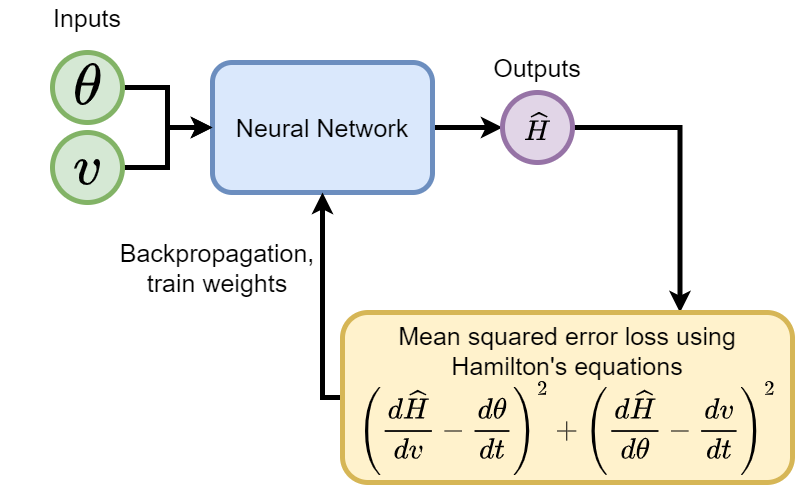
Above: neuralnetwork_unsupervised.png in zykhoo/IT5006 (draw.io), before the change. Source tidied: cells renumbered, new cells last; positions are measured from the earlier drawing's top-left corner, leaving out a move shared by most shapes. Its diagram source:
```xml
<mxGraphModel math="1">
  <root>
    <mxCell id="0" />
    <mxCell id="1" parent="0" />
    <mxCell id="2" style="edgeStyle=orthogonalEdgeStyle;rounded=0;jettySize=auto;html=1;exitX=1;exitY=0.5;exitDx=0;exitDy=0;strokeWidth=5;" parent="1" edge="1" source="3" target="9">
      <mxGeometry relative="1" as="geometry" />
    </mxCell>
    <mxCell id="3" value="Neural Network" style="rounded=1;whiteSpace=wrap;html=1;fontSize=25;fillColor=#dae8fc;strokeColor=#6c8ebf;strokeWidth=5;" parent="1" vertex="1">
      <mxGeometry x="210" y="60" width="220" height="130" as="geometry" />
    </mxCell>
    <mxCell id="4" style="edgeStyle=orthogonalEdgeStyle;rounded=0;jettySize=auto;html=1;exitX=1;exitY=0.5;exitDx=0;exitDy=0;entryX=0;entryY=0.5;entryDx=0;entryDy=0;strokeWidth=5;" parent="1" edge="1" source="5" target="3">
      <mxGeometry relative="1" as="geometry" />
    </mxCell>
    <mxCell id="5" value="`\theta`" style="ellipse;whiteSpace=wrap;html=1;fontSize=50;fillColor=#d5e8d4;strokeColor=#82b366;strokeWidth=5;" parent="1" vertex="1">
      <mxGeometry x="50" y="50" width="70" height="70" as="geometry" />
    </mxCell>
    <mxCell id="6" style="edgeStyle=orthogonalEdgeStyle;rounded=0;jettySize=auto;html=1;exitX=1;exitY=0.5;exitDx=0;exitDy=0;entryX=0;entryY=0.5;entryDx=0;entryDy=0;strokeWidth=5;" parent="1" edge="1" source="7" target="3">
      <mxGeometry relative="1" as="geometry" />
    </mxCell>
    <mxCell id="7" value="`v`" style="ellipse;whiteSpace=wrap;html=1;fontSize=50;fillColor=#d5e8d4;strokeColor=#82b366;strokeWidth=5;" parent="1" vertex="1">
      <mxGeometry x="50" y="130" width="70" height="70" as="geometry" />
    </mxCell>
    <mxCell id="8" style="edgeStyle=orthogonalEdgeStyle;rounded=0;jettySize=auto;html=1;exitX=1;exitY=0.5;exitDx=0;exitDy=0;entryX=0.75;entryY=0;entryDx=0;entryDy=0;strokeWidth=5;" parent="1" edge="1" source="9" target="11">
      <mxGeometry relative="1" as="geometry" />
    </mxCell>
    <mxCell id="9" value="`\hat{H}`" style="ellipse;whiteSpace=wrap;html=1;fontSize=25;fillColor=#e1d5e7;strokeColor=#9673a6;strokeWidth=5;" parent="1" vertex="1">
      <mxGeometry x="500" y="90" width="70" height="70" as="geometry" />
    </mxCell>
    <mxCell id="10" style="edgeStyle=orthogonalEdgeStyle;rounded=0;jettySize=auto;html=1;exitX=0;exitY=0.5;exitDx=0;exitDy=0;entryX=0.5;entryY=1;entryDx=0;entryDy=0;strokeWidth=5;" parent="1" edge="1" source="11" target="3">
      <mxGeometry relative="1" as="geometry" />
    </mxCell>
    <mxCell id="11" value="&lt;font style=&quot;font-size: 25px;&quot;&gt;Mean squared error loss using Hamilton's equations `\left( \frac{d\hat{&lt;br&gt;H}}{dv} - \frac{d&lt;br style=&quot;border-color: var(--border-color);&quot;&gt;\theta}{dt}\right)^2+\left( \frac{d\hat{&lt;br style=&quot;border-color: var(--border-color);&quot;&gt;H}}{d\theta} - \frac{d&lt;br style=&quot;border-color: var(--border-color);&quot;&gt;v}{dt}\right)^2&lt;br&gt;`&lt;/font&gt;" style="rounded=1;whiteSpace=wrap;html=1;fillColor=#fff2cc;strokeColor=#d6b656;strokeWidth=5;" parent="1" vertex="1">
      <mxGeometry x="340" y="310" width="450" height="170" as="geometry" />
    </mxCell>
    <mxCell id="12" value="Backpropagation, train weights" style="text;html=1;strokeColor=none;fillColor=none;align=center;verticalAlign=middle;whiteSpace=wrap;rounded=0;fontSize=25;strokeWidth=5;" parent="1" vertex="1">
      <mxGeometry x="130" y="250" width="170" height="30" as="geometry" />
    </mxCell>
    <mxCell id="13" value="Inputs" style="text;html=1;strokeColor=none;fillColor=none;align=center;verticalAlign=middle;whiteSpace=wrap;rounded=0;fontSize=25;strokeWidth=5;" parent="1" vertex="1">
      <mxGeometry width="170" height="30" as="geometry" />
    </mxCell>
    <mxCell id="14" value="Outputs" style="text;html=1;strokeColor=none;fillColor=none;align=center;verticalAlign=middle;whiteSpace=wrap;rounded=0;fontSize=25;strokeWidth=5;" parent="1" vertex="1">
      <mxGeometry x="450" y="50" width="170" height="30" as="geometry" />
    </mxCell>
  </root>
</mxGraphModel>
```
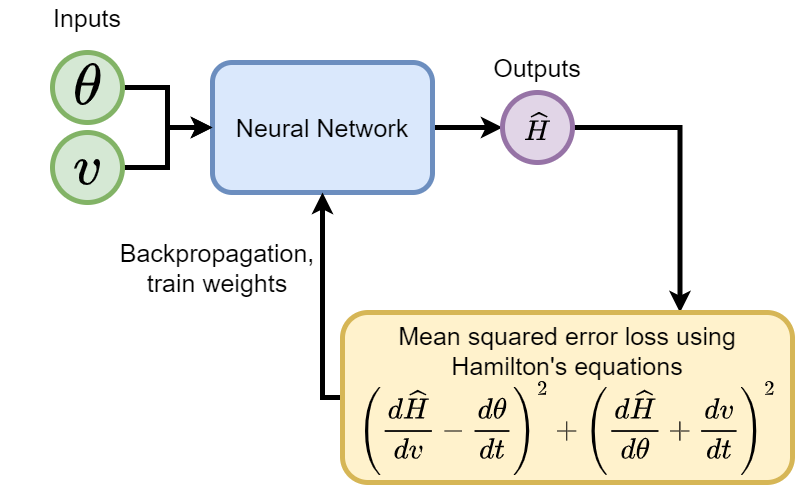
After the commit.

The edit, as a diff of the source:
```diff
@@ -29,7 +29,7 @@
     <mxCell id="10" style="edgeStyle=orthogonalEdgeStyle;rounded=0;jettySize=auto;html=1;exitX=0;exitY=0.5;exitDx=0;exitDy=0;entryX=0.5;entryY=1;entryDx=0;entryDy=0;strokeWidth=5;" parent="1" edge="1" source="11" target="3">
       <mxGeometry relative="1" as="geometry" />
     </mxCell>
-    <mxCell id="11" value="&lt;font style=&quot;font-size: 25px;&quot;&gt;Mean squared error loss using Hamilton's equations `\left( \frac{d\hat{&lt;br&gt;H}}{dv} - \frac{d&lt;br style=&quot;border-color: var(--border-color);&quot;&gt;\theta}{dt}\right)^2+\left( \frac{d\hat{&lt;br style=&quot;border-color: var(--border-color);&quot;&gt;H}}{d\theta} - \frac{d&lt;br style=&quot;border-color: var(--border-color);&quot;&gt;v}{dt}\right)^2&lt;br&gt;`&lt;/font&gt;" style="rounded=1;whiteSpace=wrap;html=1;fillColor=#fff2cc;strokeColor=#d6b656;strokeWidth=5;" parent="1" vertex="1">
+    <mxCell id="11" value="&lt;font style=&quot;font-size: 25px;&quot;&gt;Mean squared error loss using Hamilton's equations `\left( \frac{d\hat{&lt;br&gt;H}}{dv} - \frac{d&lt;br style=&quot;border-color: var(--border-color);&quot;&gt;\theta}{dt}\right)^2+\left( \frac{d\hat{&lt;br style=&quot;border-color: var(--border-color);&quot;&gt;H}}{d\theta} + \frac{d&lt;br style=&quot;border-color: var(--border-color);&quot;&gt;v}{dt}\right)^2&lt;br&gt;`&lt;/font&gt;" style="rounded=1;whiteSpace=wrap;html=1;fillColor=#fff2cc;strokeColor=#d6b656;strokeWidth=5;" parent="1" vertex="1">
       <mxGeometry x="340" y="310" width="450" height="170" as="geometry" />
     </mxCell>
     <mxCell id="12" value="Backpropagation, train weights" style="text;html=1;strokeColor=none;fillColor=none;align=center;verticalAlign=middle;whiteSpace=wrap;rounded=0;fontSize=25;strokeWidth=5;" parent="1" vertex="1">
```
